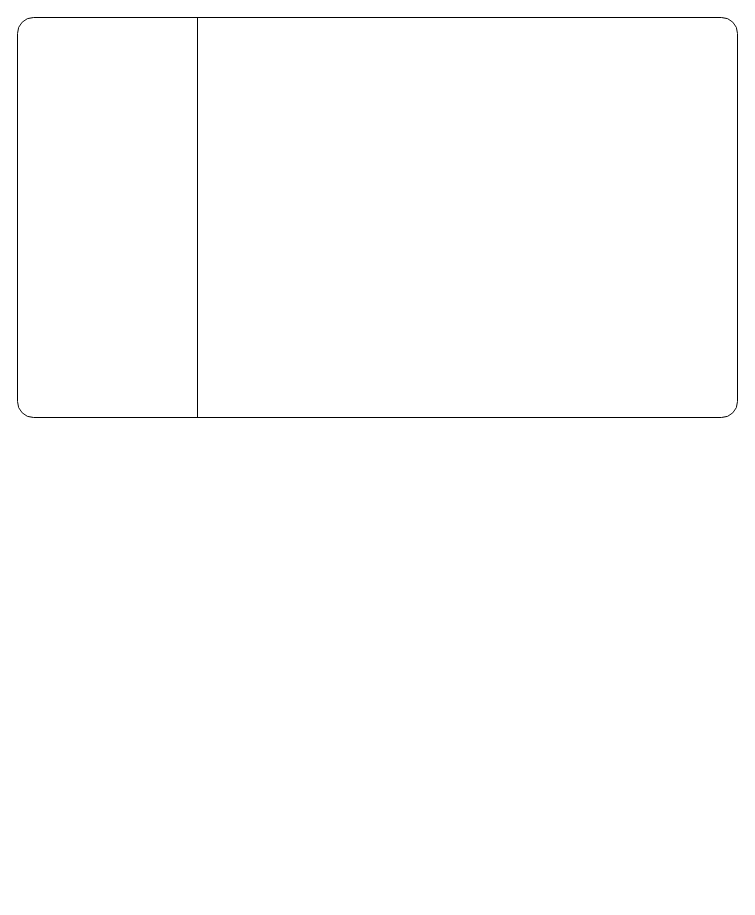
Earlier version of the draw.io diagram playground/abc.drawio (jinyaoMa/my-app). Source tidied: cells renumbered, new cells numbered last; positions are measured from the earlier drawing's top-left corner, leaving out a move shared by most shapes. Both pictures are drawn from the tidied source at 100%, with x=0, y=0 at pixel (17, 17).
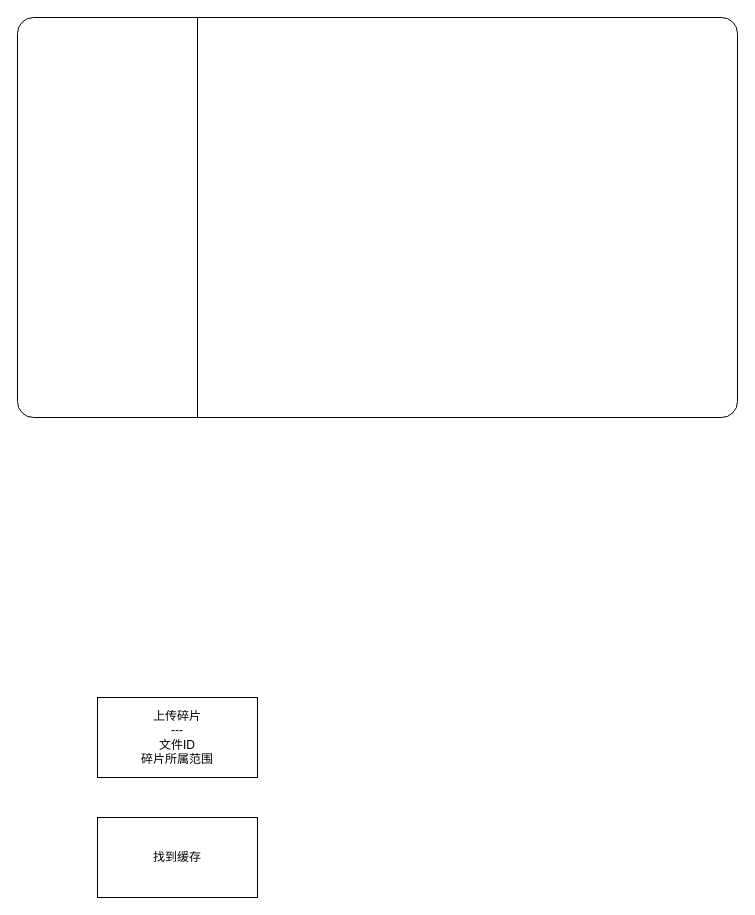
The same diagram, later.

The edit, as a diff of the source:
```diff
@@
 <mxGraphModel>
   <root>
     <mxCell id="0" />
     <mxCell id="1" parent="0" />
     <mxCell id="2" style="rounded=1;whiteSpace=wrap;html=1;arcSize=4;fillOpacity=100;" parent="1" vertex="1">
       <mxGeometry width="720" height="400" as="geometry" />
     </mxCell>
     <mxCell id="3" style="endArrow=none;html=1;entryX=0.25;entryY=0;entryDx=0;entryDy=0;exitX=0.25;exitY=1;exitDx=0;exitDy=0;" parent="1" edge="1" source="2" target="2">
       <mxGeometry relative="1" as="geometry" />
     </mxCell>
+    <mxCell id="4" value="上传碎片&lt;br&gt;---&lt;br&gt;文件ID&lt;br&gt;碎片所属范围" style="rounded=0;whiteSpace=wrap;html=1;" parent="1" vertex="1">
+      <mxGeometry x="80" y="680" width="160" height="80" as="geometry" />
+    </mxCell>
+    <mxCell id="5" value="找到缓存" style="rounded=0;whiteSpace=wrap;html=1;" parent="1" vertex="1">
+      <mxGeometry x="80" y="800" width="160" height="80" as="geometry" />
+    </mxCell>
   </root>
 </mxGraphModel>
```
